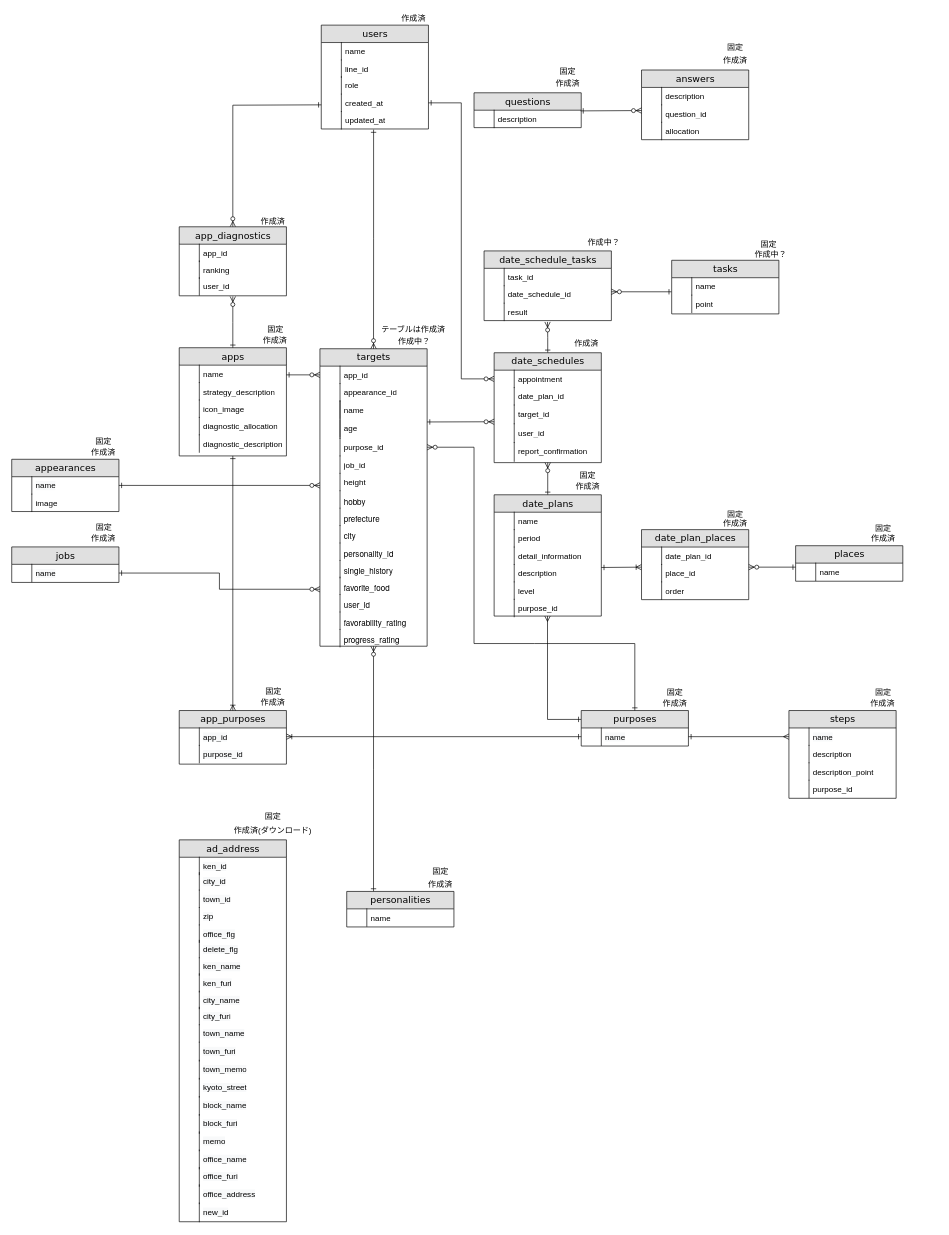
Earlier version of the draw.io diagram Untitled Diagram.drawio (kstar0102/ryuki0102). Source tidied: cells renumbered, new cells numbered last; positions are measured from the earlier drawing's top-left corner, leaving out a move shared by most shapes. Both pictures are drawn from the tidied source at 67%, with x=0, y=0 at pixel (11, 11).
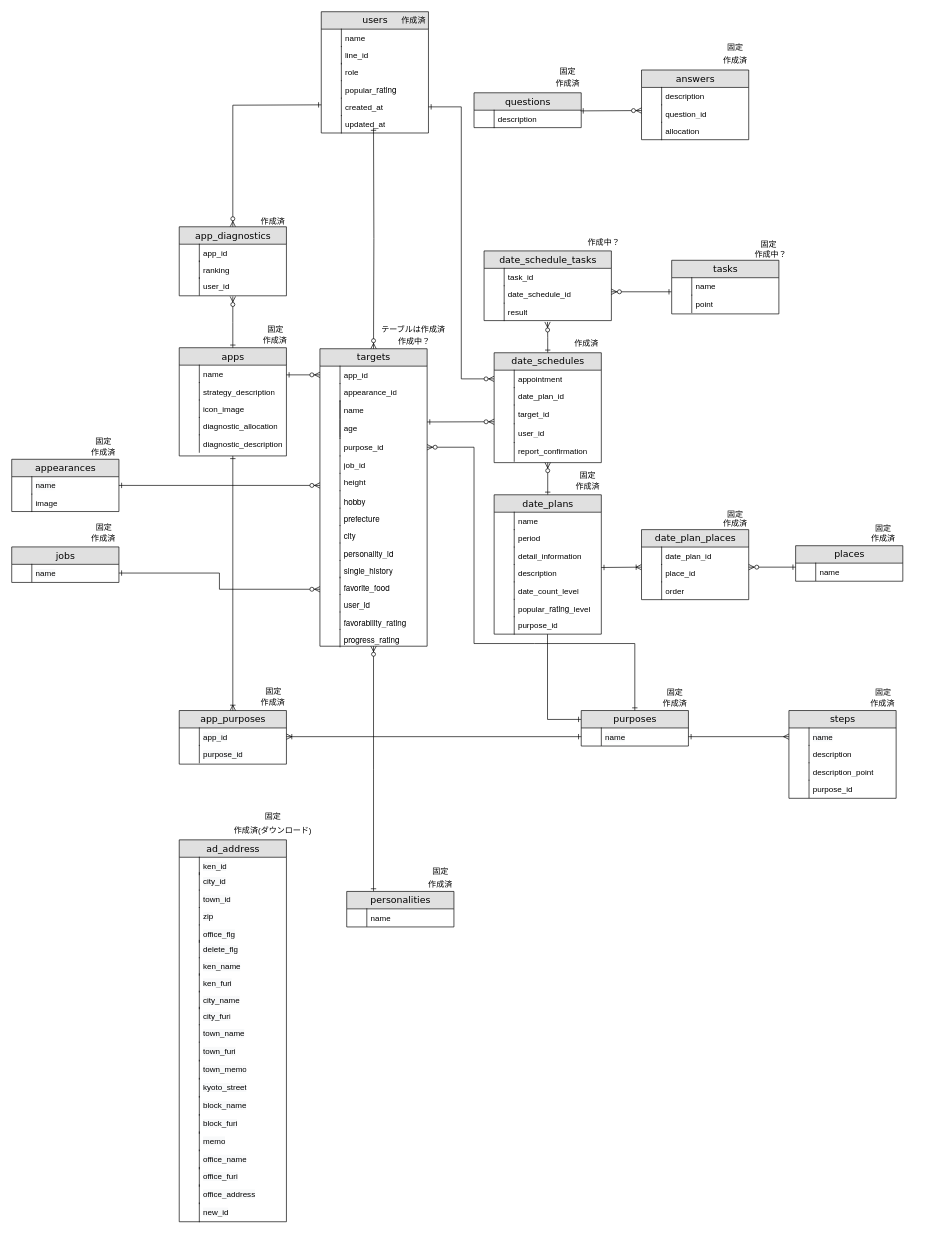
After the change.

Unchanged cells that the change refers to:
```xml
<mxCell id="15" value="targets" style="swimlane;html=1;fontStyle=0;horizontal=1;startSize=26;fillColor=#e0e0e0;swimlaneFillColor=#ffffff;align=center;rounded=0;shadow=0;comic=0;labelBackgroundColor=none;strokeWidth=1;fontFamily=Verdana;fontSize=14;" parent="1" vertex="1">
  <mxGeometry x="460" y="503" width="160" height="444" as="geometry" />
</mxCell>
```

Diff of the diagram source:
```diff
@@
     <mxCell id="2" value="users" style="swimlane;html=1;fontStyle=0;horizontal=1;startSize=26;fillColor=#e0e0e0;swimlaneFillColor=#ffffff;align=center;rounded=0;shadow=0;comic=0;labelBackgroundColor=none;strokeWidth=1;fontFamily=Verdana;fontSize=14;" parent="1" vertex="1">
-      <mxGeometry x="462" y="20" width="160" height="155" as="geometry" />
+      <mxGeometry x="462" width="160" height="181" as="geometry" />
     </mxCell>
@@
+    <mxCell id="247" value="popular_&lt;span style=&quot;font-family: &amp;#34;helvetica neue&amp;#34;&quot;&gt;rating&lt;/span&gt;" style="shape=partialRectangle;top=0;left=0;right=0;bottom=0;html=1;align=left;verticalAlign=top;fillColor=none;spacingLeft=34;spacingRight=4;whiteSpace=wrap;overflow=hidden;" parent="2" vertex="1">
+      <mxGeometry y="103" width="160" height="26" as="geometry" />
+    </mxCell>
+    <mxCell id="248" style="shape=partialRectangle;top=0;left=0;bottom=0;html=1;fillColor=none;align=left;verticalAlign=top;spacingLeft=4;spacingRight=4;whiteSpace=wrap;overflow=hidden;" parent="247" vertex="1">
+      <mxGeometry width="30" height="26" as="geometry" />
+    </mxCell>
     <mxCell id="9" value="created_at" style="shape=partialRectangle;top=0;left=0;right=0;bottom=0;html=1;align=left;verticalAlign=top;fillColor=none;spacingLeft=34;spacingRight=4;whiteSpace=wrap;overflow=hidden;points=[[0,0.5],[1,0.5]];portConstraint=eastwest;" parent="2" vertex="1">
-      <mxGeometry y="103" width="160" height="26" as="geometry" />
+      <mxGeometry y="129" width="160" height="26" as="geometry" />
     </mxCell>
@@
     <mxCell id="11" value="updated_at" style="shape=partialRectangle;top=0;left=0;right=0;bottom=0;html=1;align=left;verticalAlign=top;fillColor=none;spacingLeft=34;spacingRight=4;whiteSpace=wrap;overflow=hidden;points=[[0,0.5],[1,0.5]];portConstraint=eastwest;" parent="2" vertex="1">
-      <mxGeometry y="129" width="160" height="26" as="geometry" />
+      <mxGeometry y="155" width="160" height="26" as="geometry" />
     </mxCell>
@@
-    <mxCell id="80" style="edgeStyle=orthogonalEdgeStyle;rounded=0;jettySize=auto;html=1;startArrow=ERone;startFill=0;endArrow=ERzeroToMany;endFill=1;entryX=0.5;entryY=0;entryDx=0;entryDy=0;exitX=0.488;exitY=1.038;exitDx=0;exitDy=0;exitPerimeter=0;" parent="1" edge="1" source="11" target="15">
-      <mxGeometry relative="1" as="geometry" />
+    <mxCell id="80" style="edgeStyle=orthogonalEdgeStyle;rounded=0;jettySize=auto;html=1;startArrow=ERone;startFill=0;endArrow=ERzeroToMany;endFill=1;entryX=0.5;entryY=0;entryDx=0;entryDy=0;" parent="1" edge="1" target="15">
+      <mxGeometry relative="1" as="geometry">
+        <mxPoint x="540" y="173" as="sourcePoint" />
+      </mxGeometry>
     </mxCell>
@@
     <mxCell id="125" value="date_plans" style="swimlane;html=1;fontStyle=0;horizontal=1;startSize=26;fillColor=#e0e0e0;swimlaneFillColor=#ffffff;align=center;rounded=0;shadow=0;comic=0;labelBackgroundColor=none;strokeWidth=1;fontFamily=Verdana;fontSize=14;" parent="1" vertex="1">
-      <mxGeometry x="720" y="721" width="160" height="181" as="geometry" />
+      <mxGeometry x="720" y="721" width="160" height="208" as="geometry" />
     </mxCell>
@@
-    <mxCell id="134" value="level" style="shape=partialRectangle;top=0;left=0;right=0;bottom=0;html=1;align=left;verticalAlign=top;fillColor=none;spacingLeft=34;spacingRight=4;whiteSpace=wrap;overflow=hidden;" parent="125" vertex="1">
+    <mxCell id="134" value="date_count_level" style="shape=partialRectangle;top=0;left=0;right=0;bottom=0;html=1;align=left;verticalAlign=top;fillColor=none;spacingLeft=34;spacingRight=4;whiteSpace=wrap;overflow=hidden;" parent="125" vertex="1">
       <mxGeometry y="130" width="160" height="26" as="geometry" />
     </mxCell>
@@
+    <mxCell id="148" value="popular_&lt;span style=&quot;font-family: &amp;#34;helvetica neue&amp;#34;&quot;&gt;rating&lt;/span&gt;_level" style="shape=partialRectangle;top=0;left=0;right=0;bottom=0;html=1;align=left;verticalAlign=top;fillColor=none;spacingLeft=34;spacingRight=4;whiteSpace=wrap;overflow=hidden;points=[[0,0.5],[1,0.5]];portConstraint=eastwest;" parent="125" vertex="1">
+      <mxGeometry y="156" width="160" height="26" as="geometry" />
+    </mxCell>
+    <mxCell id="149" style="shape=partialRectangle;top=0;left=0;bottom=0;html=1;fillColor=none;align=left;verticalAlign=top;spacingLeft=4;spacingRight=4;whiteSpace=wrap;overflow=hidden;" parent="148" vertex="1">
+      <mxGeometry width="30" height="26" as="geometry" />
+    </mxCell>
+    <mxCell id="249" value="purpose_id" style="shape=partialRectangle;top=0;left=0;right=0;bottom=0;html=1;align=left;verticalAlign=top;fillColor=none;spacingLeft=34;spacingRight=4;whiteSpace=wrap;overflow=hidden;" parent="125" vertex="1">
+      <mxGeometry y="182" width="160" height="26" as="geometry" />
+    </mxCell>
+    <mxCell id="250" style="shape=partialRectangle;top=0;left=0;bottom=0;html=1;fillColor=none;align=left;verticalAlign=top;spacingLeft=4;spacingRight=4;whiteSpace=wrap;overflow=hidden;" parent="249" vertex="1">
+      <mxGeometry width="30" height="26" as="geometry" />
+    </mxCell>
@@
-    <mxCell id="148" value="purpose_id" style="shape=partialRectangle;top=0;left=0;right=0;bottom=0;html=1;align=left;verticalAlign=top;fillColor=none;spacingLeft=34;spacingRight=4;whiteSpace=wrap;overflow=hidden;points=[[0,0.5],[1,0.5]];portConstraint=eastwest;" parent="1" vertex="1">
-      <mxGeometry x="720" y="877" width="160" height="26" as="geometry" />
-    </mxCell>
-    <mxCell id="149" style="shape=partialRectangle;top=0;left=0;bottom=0;html=1;fillColor=none;align=left;verticalAlign=top;spacingLeft=4;spacingRight=4;whiteSpace=wrap;overflow=hidden;" parent="148" vertex="1">
-      <mxGeometry width="30" height="26" as="geometry" />
-    </mxCell>
@@
     <mxCell id="167" value="作成済" style="text;html=1;strokeColor=none;fillColor=none;align=center;verticalAlign=middle;whiteSpace=wrap;rounded=0;" parent="1" vertex="1">
-      <mxGeometry x="580" width="40" height="20" as="geometry" />
+      <mxGeometry x="580" y="3" width="40" height="20" as="geometry" />
     </mxCell>
```
